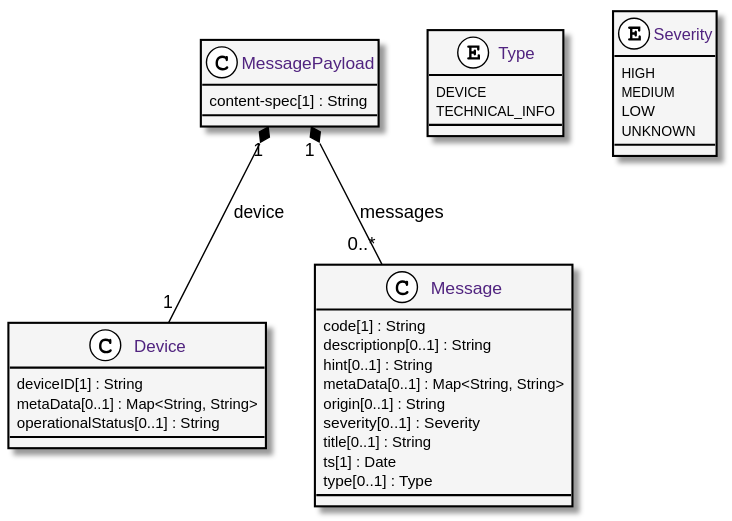
Before: website/static/images/messagePayload.svg, a diagram exported from PlantUML (eclipse-archived/unide).
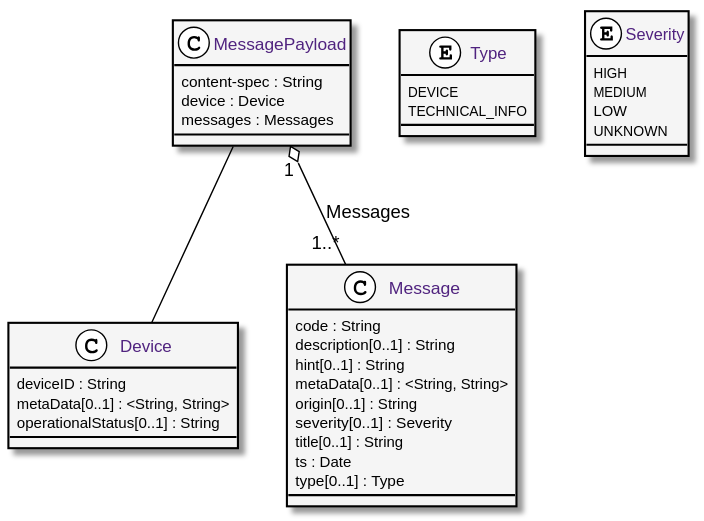
The same diagram one commit later.

Change to the diagram source:
```diff
@@ -12,24 +12,26 @@
 }
 
 class MessagePayload {
-	content-spec[1] : String
+	content-spec : String
+	device : Device
+	messages : Messages
 }
 
 class Device {
-	deviceID[1] : String
-	metaData[0..1] : Map<String, String>
+	deviceID : String
+	metaData[0..1] : <String, String>
 	operationalStatus[0..1] : String
 }
 
 class Message {
-	code[1] : String
-	descriptionp[0..1] : String
+	code : String
+	description[0..1] : String
 	hint[0..1] : String
-	metaData[0..1] : Map<String, String>
+	metaData[0..1] : <String, String>
 	origin[0..1] : String
 	severity[0..1] : Severity
 	title[0..1] : String
-	ts[1] : Date
+	ts : Date
 	type[0..1] : Type
 }
 
@@ -45,7 +47,7 @@
 	UNKNOWN
 }
 
-MessagePayload "1" *-- "1" Device : device
-MessagePayload "1" *-- "0..*" Message : messages
+MessagePayload -- Device
+MessagePayload "1" o-- "1..*" Message : Messages
 
 @enduml
```
